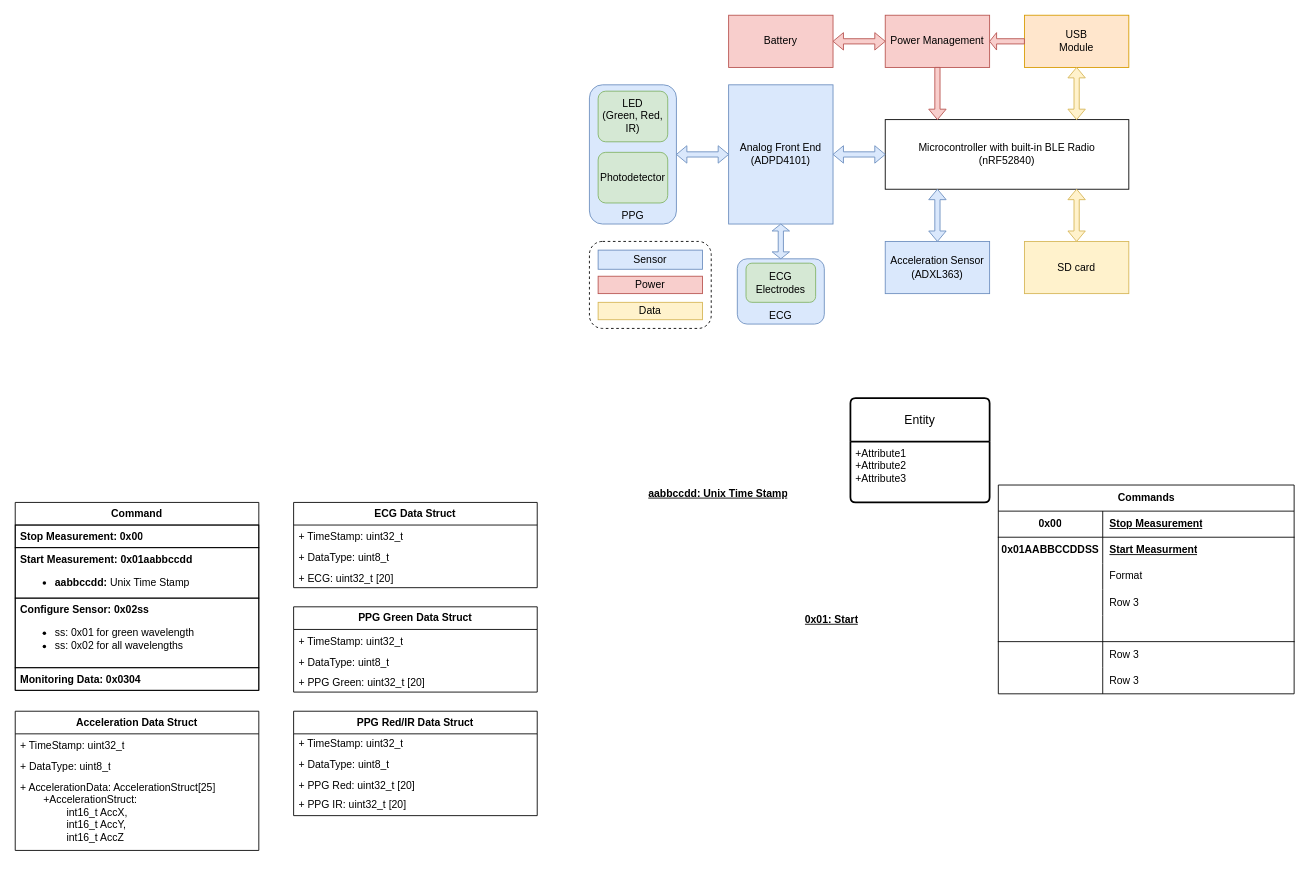
marsukhongduoi/drawio_files keeps this draw.io diagram as PhotonWear_Diagram.drawio. Above is the earlier version. Source tidied: cells renumbered, new cells numbered last; positions are measured from the earlier drawing's top-left corner, leaving out a move shared by most shapes. Both pictures are drawn from the tidied source at 87%, with x=0, y=0 at pixel (15, 15).
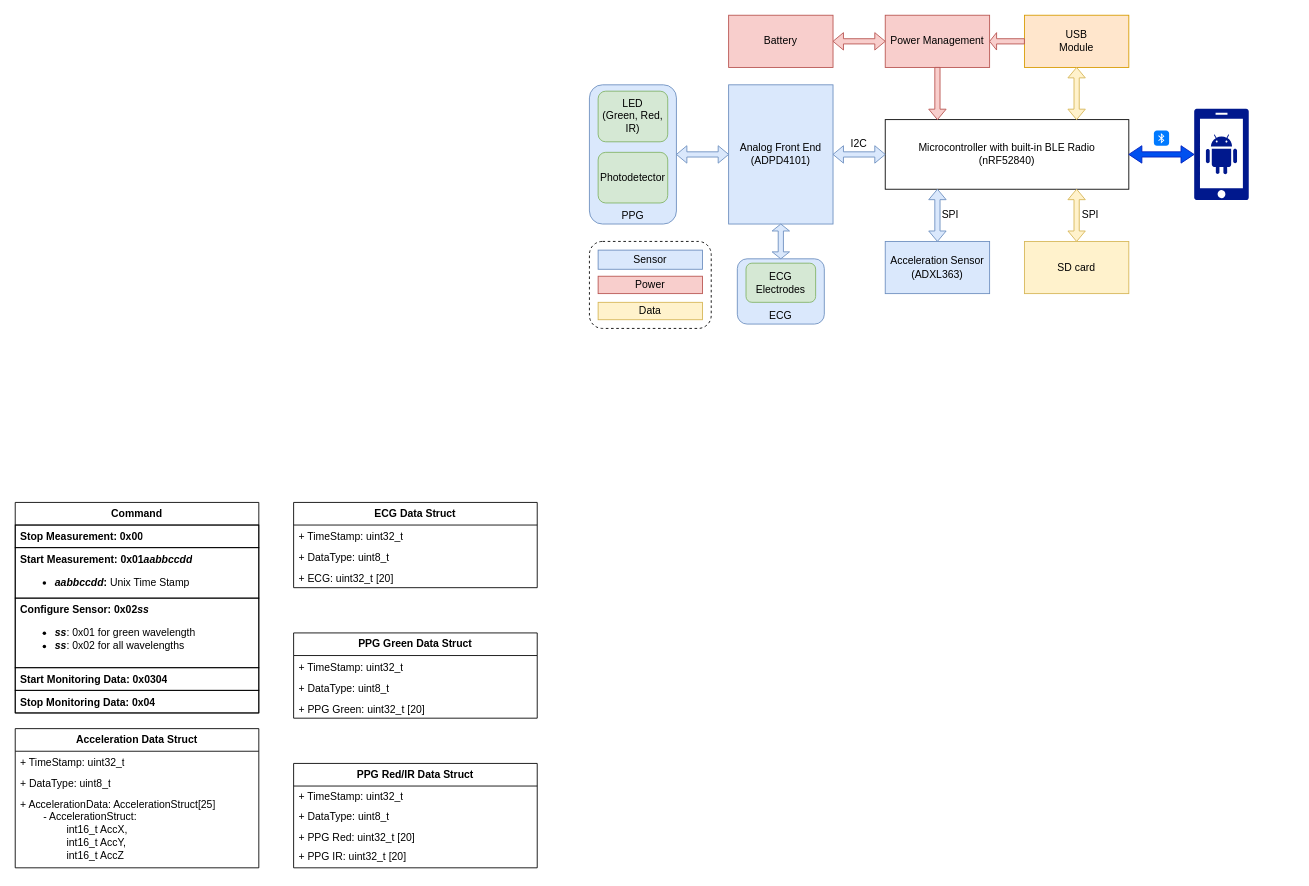
After the change.

Diff of the diagram source:
```diff
@@
-    <mxCell id="23" value="Entity" style="swimlane;horizontal=1;startSize=50;rounded=1;fontSize=14;fontStyle=0;strokeWidth=2;shadow=0;dashed=0;align=center;arcSize=4;whiteSpace=wrap;html=1;" parent="1" vertex="1">
-      <mxGeometry x="960" y="440" width="160" height="120" as="geometry" />
-    </mxCell>
-    <mxCell id="24" value="+Attribute1&#10;+Attribute2&#10;+Attribute3" style="align=left;strokeColor=none;fillColor=none;spacingLeft=4;fontSize=12;verticalAlign=top;html=1;" parent="23" vertex="1">
-      <mxGeometry y="50" width="160" height="70" as="geometry" />
-    </mxCell>
@@
-    <mxCell id="32" value="aabbccdd: Unix Time Stamp" style="shape=partialRectangle;fillColor=none;top=0;left=0;bottom=0;right=0;align=left;spacingLeft=6;fontStyle=5;overflow=hidden;html=1;whiteSpace=wrap;" parent="1" vertex="1">
-      <mxGeometry x="720" y="520" width="240" height="60" as="geometry" />
-    </mxCell>
-    <mxCell id="33" value="0x01: Start" style="shape=partialRectangle;fillColor=none;top=0;left=0;bottom=0;right=0;align=left;spacingLeft=6;fontStyle=5;overflow=hidden;html=1;whiteSpace=wrap;" parent="1" vertex="1">
-      <mxGeometry x="900" y="680" width="240" height="30" as="geometry" />
-    </mxCell>
-    <mxCell id="34" value="Commands" style="shape=table;startSize=30;childLayout=tableLayout;rowLines=0;fontStyle=1;align=center;html=1;" parent="1" vertex="1">
-      <mxGeometry x="1130" y="540" width="340" height="240" as="geometry" />
-    </mxCell>
-    <mxCell id="35" style="shape=tableRow;horizontal=0;startSize=0;swimlaneHead=0;swimlaneBody=0;fillColor=none;top=0;left=0;right=0;bottom=1;" parent="34" vertex="1">
-      <mxGeometry y="30" width="340" height="30" as="geometry" />
-    </mxCell>
-    <mxCell id="36" value="0x00" style="shape=partialRectangle;fillColor=none;top=0;left=0;bottom=0;right=0;fontStyle=1;overflow=hidden;whiteSpace=wrap;html=1;" parent="35" vertex="1">
-      <mxGeometry width="120" height="30" as="geometry" />
-    </mxCell>
-    <mxCell id="37" value="Stop Measurement" style="shape=partialRectangle;fillColor=none;top=0;left=0;bottom=0;right=0;align=left;spacingLeft=6;fontStyle=5;overflow=hidden;whiteSpace=wrap;html=1;" parent="35" vertex="1">
-      <mxGeometry x="120" width="220" height="30" as="geometry" />
-    </mxCell>
-    <mxCell id="38" style="shape=tableRow;horizontal=0;startSize=0;swimlaneHead=0;swimlaneBody=0;fillColor=none;top=0;left=0;right=0;bottom=0;" parent="34" vertex="1">
-      <mxGeometry y="60" width="340" height="30" as="geometry" />
-    </mxCell>
-    <mxCell id="39" value="0x01AABBCCDDSS" style="shape=partialRectangle;fillColor=none;top=0;left=0;bottom=0;right=0;overflow=hidden;whiteSpace=wrap;html=1;fontStyle=1;" parent="38" vertex="1">
-      <mxGeometry width="120" height="30" as="geometry" />
-    </mxCell>
-    <mxCell id="40" value="Start Measurment" style="shape=partialRectangle;fillColor=none;top=0;left=0;bottom=0;right=0;align=left;spacingLeft=6;overflow=hidden;whiteSpace=wrap;html=1;fontStyle=5;" parent="38" vertex="1">
-      <mxGeometry x="120" width="220" height="30" as="geometry" />
-    </mxCell>
-    <mxCell id="41" style="shape=tableRow;horizontal=0;startSize=0;swimlaneHead=0;swimlaneBody=0;fillColor=none;top=0;left=0;right=0;bottom=0;" parent="34" vertex="1">
-      <mxGeometry y="90" width="340" height="30" as="geometry" />
-    </mxCell>
-    <mxCell id="42" style="shape=partialRectangle;fillColor=none;top=0;left=0;bottom=0;right=0;overflow=hidden;whiteSpace=wrap;html=1;" parent="41" vertex="1">
-      <mxGeometry width="120" height="30" as="geometry" />
-    </mxCell>
-    <mxCell id="43" value="Format" style="shape=partialRectangle;fillColor=none;top=0;left=0;bottom=0;right=0;align=left;spacingLeft=6;overflow=hidden;whiteSpace=wrap;html=1;" parent="41" vertex="1">
-      <mxGeometry x="120" width="220" height="30" as="geometry" />
-    </mxCell>
-    <mxCell id="44" style="shape=tableRow;horizontal=0;startSize=0;swimlaneHead=0;swimlaneBody=0;fillColor=none;top=0;left=0;right=0;bottom=0;" parent="34" vertex="1">
-      <mxGeometry y="120" width="340" height="30" as="geometry" />
-    </mxCell>
-    <mxCell id="45" style="shape=partialRectangle;fillColor=none;top=0;left=0;bottom=0;right=0;overflow=hidden;whiteSpace=wrap;html=1;" parent="44" vertex="1">
-      <mxGeometry width="120" height="30" as="geometry" />
-    </mxCell>
-    <mxCell id="46" value="Row 3" style="shape=partialRectangle;fillColor=none;top=0;left=0;bottom=0;right=0;align=left;spacingLeft=6;overflow=hidden;whiteSpace=wrap;html=1;strokeColor=default;" parent="44" vertex="1">
-      <mxGeometry x="120" width="220" height="30" as="geometry" />
-    </mxCell>
-    <mxCell id="47" style="shape=tableRow;horizontal=0;startSize=0;swimlaneHead=0;swimlaneBody=0;fillColor=none;top=0;left=0;right=0;bottom=1;" parent="34" vertex="1">
-      <mxGeometry y="150" width="340" height="30" as="geometry" />
-    </mxCell>
-    <mxCell id="48" style="shape=partialRectangle;fillColor=none;top=0;left=0;bottom=0;right=0;fontStyle=1;overflow=hidden;whiteSpace=wrap;html=1;" parent="47" vertex="1">
-      <mxGeometry width="120" height="30" as="geometry" />
-    </mxCell>
-    <mxCell id="49" style="shape=partialRectangle;fillColor=none;top=0;left=0;bottom=0;right=0;align=left;spacingLeft=6;fontStyle=5;overflow=hidden;whiteSpace=wrap;html=1;" parent="47" vertex="1">
-      <mxGeometry x="120" width="220" height="30" as="geometry" />
-    </mxCell>
-    <mxCell id="50" style="shape=tableRow;horizontal=0;startSize=0;swimlaneHead=0;swimlaneBody=0;fillColor=none;top=0;left=0;right=0;bottom=0;" parent="34" vertex="1">
-      <mxGeometry y="180" width="340" height="30" as="geometry" />
-    </mxCell>
-    <mxCell id="51" style="shape=partialRectangle;fillColor=none;top=0;left=0;bottom=0;right=0;overflow=hidden;whiteSpace=wrap;html=1;" parent="50" vertex="1">
-      <mxGeometry width="120" height="30" as="geometry" />
-    </mxCell>
-    <mxCell id="52" value="Row 3" style="shape=partialRectangle;fillColor=none;top=0;left=0;bottom=0;right=0;align=left;spacingLeft=6;overflow=hidden;whiteSpace=wrap;html=1;strokeColor=default;" parent="50" vertex="1">
-      <mxGeometry x="120" width="220" height="30" as="geometry" />
-    </mxCell>
-    <mxCell id="53" style="shape=tableRow;horizontal=0;startSize=0;swimlaneHead=0;swimlaneBody=0;fillColor=none;top=0;left=0;right=0;bottom=0;" parent="34" vertex="1">
-      <mxGeometry y="210" width="340" height="30" as="geometry" />
-    </mxCell>
-    <mxCell id="54" style="shape=partialRectangle;fillColor=none;top=0;left=0;bottom=0;right=0;overflow=hidden;whiteSpace=wrap;html=1;" parent="53" vertex="1">
-      <mxGeometry width="120" height="30" as="geometry" />
-    </mxCell>
-    <mxCell id="55" value="Row 3" style="shape=partialRectangle;fillColor=none;top=0;left=0;bottom=0;right=0;align=left;spacingLeft=6;overflow=hidden;whiteSpace=wrap;html=1;strokeColor=default;" parent="53" vertex="1">
-      <mxGeometry x="120" width="220" height="30" as="geometry" />
-    </mxCell>
     <mxCell id="56" value="Command" style="swimlane;fontStyle=1;horizontal=1;startSize=26;fillColor=none;whiteSpace=wrap;html=1;" parent="1" vertex="1">
-      <mxGeometry y="560" width="280" height="216" as="geometry" />
+      <mxGeometry y="560" width="280" height="242" as="geometry" />
     </mxCell>
@@
-    <mxCell id="58" value="&lt;b&gt;Start Measurement: 0x01aabbccdd&lt;/b&gt;&lt;div&gt;&lt;ul&gt;&lt;li&gt;&lt;span style=&quot;background-color: initial;&quot;&gt;&lt;b&gt;aabbccdd: &lt;/b&gt;Unix Time Stamp&lt;/span&gt;&lt;/li&gt;&lt;/ul&gt;&lt;/div&gt;" style="text;strokeColor=default;fillColor=none;align=left;verticalAlign=top;spacingLeft=4;spacingRight=4;overflow=hidden;whiteSpace=wrap;html=1;" parent="56" vertex="1">
+    <mxCell id="58" value="&lt;b&gt;Start Measurement: 0x01&lt;i&gt;aabbccdd&lt;/i&gt;&lt;/b&gt;&lt;div&gt;&lt;ul&gt;&lt;li&gt;&lt;span style=&quot;background-color: initial;&quot;&gt;&lt;b&gt;&lt;i&gt;aabbccdd&lt;/i&gt;: &lt;/b&gt;Unix Time Stamp&lt;/span&gt;&lt;/li&gt;&lt;/ul&gt;&lt;/div&gt;" style="text;strokeColor=default;fillColor=none;align=left;verticalAlign=top;spacingLeft=4;spacingRight=4;overflow=hidden;whiteSpace=wrap;html=1;" parent="56" vertex="1">
       <mxGeometry y="52" width="280" height="58" as="geometry" />
     </mxCell>
-    <mxCell id="59" value="&lt;b&gt;Configure Sensor: 0x02ss&lt;/b&gt;&lt;div&gt;&lt;ul&gt;&lt;li&gt;ss: 0x01 for green wavelength&lt;/li&gt;&lt;li&gt;ss: 0x02 for all wavelengths&lt;/li&gt;&lt;/ul&gt;&lt;/div&gt;" style="text;strokeColor=default;fillColor=none;align=left;verticalAlign=top;spacingLeft=4;spacingRight=4;overflow=hidden;whiteSpace=wrap;html=1;" parent="56" vertex="1">
+    <mxCell id="59" value="&lt;b&gt;Configure Sensor: 0x02&lt;i&gt;ss&lt;/i&gt;&lt;/b&gt;&lt;div&gt;&lt;ul&gt;&lt;li&gt;&lt;b&gt;&lt;i&gt;ss&lt;/i&gt;&lt;/b&gt;: 0x01 for green wavelength&lt;/li&gt;&lt;li&gt;&lt;b&gt;&lt;i&gt;ss&lt;/i&gt;&lt;/b&gt;: 0x02 for all wavelengths&lt;/li&gt;&lt;/ul&gt;&lt;/div&gt;" style="text;strokeColor=default;fillColor=none;align=left;verticalAlign=top;spacingLeft=4;spacingRight=4;overflow=hidden;whiteSpace=wrap;html=1;" parent="56" vertex="1">
       <mxGeometry y="110" width="280" height="80" as="geometry" />
     </mxCell>
-    <mxCell id="60" value="&lt;b&gt;Monitoring Data: 0x0304&lt;/b&gt;" style="text;strokeColor=default;fillColor=none;align=left;verticalAlign=top;spacingLeft=4;spacingRight=4;overflow=hidden;whiteSpace=wrap;html=1;" parent="56" vertex="1">
+    <mxCell id="60" value="&lt;b&gt;Start Monitoring Data: 0x0304&lt;/b&gt;" style="text;strokeColor=default;fillColor=none;align=left;verticalAlign=top;spacingLeft=4;spacingRight=4;overflow=hidden;whiteSpace=wrap;html=1;" parent="56" vertex="1">
       <mxGeometry y="190" width="280" height="26" as="geometry" />
     </mxCell>
+    <mxCell id="78" value="&lt;b&gt;Stop Monitoring Data: 0x04&lt;/b&gt;" style="text;strokeColor=default;fillColor=none;align=left;verticalAlign=top;spacingLeft=4;spacingRight=4;overflow=hidden;whiteSpace=wrap;html=1;" parent="56" vertex="1">
+      <mxGeometry y="216" width="280" height="26" as="geometry" />
+    </mxCell>
     <mxCell id="61" value="Acceleration Data Struct" style="swimlane;fontStyle=1;horizontal=1;startSize=26;fillColor=none;whiteSpace=wrap;html=1;" parent="1" vertex="1">
-      <mxGeometry y="800" width="280" height="160" as="geometry" />
+      <mxGeometry y="820" width="280" height="160" as="geometry" />
     </mxCell>
@@
-    <mxCell id="64" value="+ AccelerationData: AccelerationStruct[25]&lt;div&gt;&lt;span style=&quot;white-space: pre;&quot;&gt;&#9;&lt;/span&gt;+AccelerationStruct:&amp;nbsp;&lt;/div&gt;&lt;div&gt;&lt;span style=&quot;white-space: pre;&quot;&gt;&#9;&lt;/span&gt;&lt;span style=&quot;white-space: pre;&quot;&gt;&#9;&lt;/span&gt;int16_t AccX,&lt;/div&gt;&lt;div&gt;&lt;span style=&quot;white-space: pre;&quot;&gt;&#9;&lt;/span&gt;&lt;span style=&quot;white-space: pre;&quot;&gt;&#9;&lt;/span&gt;int16_t AccY,&lt;/div&gt;&lt;div&gt;&lt;span style=&quot;white-space: pre;&quot;&gt;&#9;&lt;/span&gt;&lt;span style=&quot;white-space: pre;&quot;&gt;&#9;&lt;/span&gt;&lt;span style=&quot;background-color: initial;&quot;&gt;int16_t AccZ&lt;/span&gt;&lt;br&gt;&lt;/div&gt;" style="text;strokeColor=none;fillColor=none;align=left;verticalAlign=top;spacingLeft=4;spacingRight=4;overflow=hidden;whiteSpace=wrap;html=1;" parent="61" vertex="1">
+    <mxCell id="64" value="+ AccelerationData: AccelerationStruct[25]&lt;div&gt;&lt;span style=&quot;white-space: pre;&quot;&gt;&#9;&lt;/span&gt;- AccelerationStruct:&amp;nbsp;&lt;/div&gt;&lt;div&gt;&lt;span style=&quot;white-space: pre;&quot;&gt;&#9;&lt;/span&gt;&lt;span style=&quot;white-space: pre;&quot;&gt;&#9;&lt;/span&gt;int16_t AccX,&lt;/div&gt;&lt;div&gt;&lt;span style=&quot;white-space: pre;&quot;&gt;&#9;&lt;/span&gt;&lt;span style=&quot;white-space: pre;&quot;&gt;&#9;&lt;/span&gt;int16_t AccY,&lt;/div&gt;&lt;div&gt;&lt;span style=&quot;white-space: pre;&quot;&gt;&#9;&lt;/span&gt;&lt;span style=&quot;white-space: pre;&quot;&gt;&#9;&lt;/span&gt;&lt;span style=&quot;background-color: initial;&quot;&gt;int16_t AccZ&lt;/span&gt;&lt;br&gt;&lt;/div&gt;" style="text;strokeColor=none;fillColor=none;align=left;verticalAlign=top;spacingLeft=4;spacingRight=4;overflow=hidden;whiteSpace=wrap;html=1;" parent="61" vertex="1">
       <mxGeometry y="74" width="280" height="86" as="geometry" />
     </mxCell>
     <mxCell id="65" value="PPG Green Data Struct" style="swimlane;fontStyle=1;horizontal=1;startSize=26;fillColor=none;whiteSpace=wrap;html=1;" parent="1" vertex="1">
-      <mxGeometry x="320" y="680" width="280" height="98" as="geometry" />
+      <mxGeometry x="320" y="710" width="280" height="98" as="geometry" />
     </mxCell>
@@
     <mxCell id="69" value="PPG Red/IR Data Struct" style="swimlane;fontStyle=1;horizontal=1;startSize=26;fillColor=none;whiteSpace=wrap;html=1;" parent="1" vertex="1">
-      <mxGeometry x="320" y="800" width="280" height="120" as="geometry" />
+      <mxGeometry x="320" y="860" width="280" height="120" as="geometry" />
     </mxCell>
@@
+    <mxCell id="79" style="sketch=0;shadow=0;dashed=0;html=1;strokeColor=none;labelPosition=center;verticalLabelPosition=bottom;verticalAlign=top;align=center;fillColor=#00188D;shape=mxgraph.mscae.enterprise.android_phone;" parent="1" vertex="1">
+      <mxGeometry x="1355" y="107.5" width="63" height="105" as="geometry" />
+    </mxCell>
+    <mxCell id="80" style="shape=doubleArrow;whiteSpace=wrap;html=1;rotation=-180;fillColor=#0050ef;strokeColor=#001DBC;fontColor=#ffffff;" parent="1" vertex="1">
+      <mxGeometry x="1280" y="150" width="75" height="20" as="geometry" />
+    </mxCell>
+    <mxCell id="81" style="html=1;strokeWidth=1;shadow=0;dashed=0;shape=mxgraph.ios7.misc.bluetooth;fillColor=#007AFF;strokeColor=none;buttonText=;strokeColor2=#222222;fontColor=#222222;fontSize=8;verticalLabelPosition=bottom;verticalAlign=top;align=center;sketch=0;" parent="1" vertex="1">
+      <mxGeometry x="1308.8" y="132.5" width="17.5" height="17.5" as="geometry" />
+    </mxCell>
+    <mxCell id="82" value="SPI" style="text;html=1;align=center;verticalAlign=middle;whiteSpace=wrap;rounded=0;" parent="1" vertex="1">
+      <mxGeometry x="1206" y="215" width="60" height="30" as="geometry" />
+    </mxCell>
+    <mxCell id="83" value="SPI" style="text;html=1;align=center;verticalAlign=middle;whiteSpace=wrap;rounded=0;" parent="1" vertex="1">
+      <mxGeometry x="1045" y="215" width="60" height="30" as="geometry" />
+    </mxCell>
+    <mxCell id="84" value="I2C" style="text;html=1;align=center;verticalAlign=middle;whiteSpace=wrap;rounded=0;" parent="1" vertex="1">
+      <mxGeometry x="940" y="133" width="60" height="30" as="geometry" />
+    </mxCell>
```
